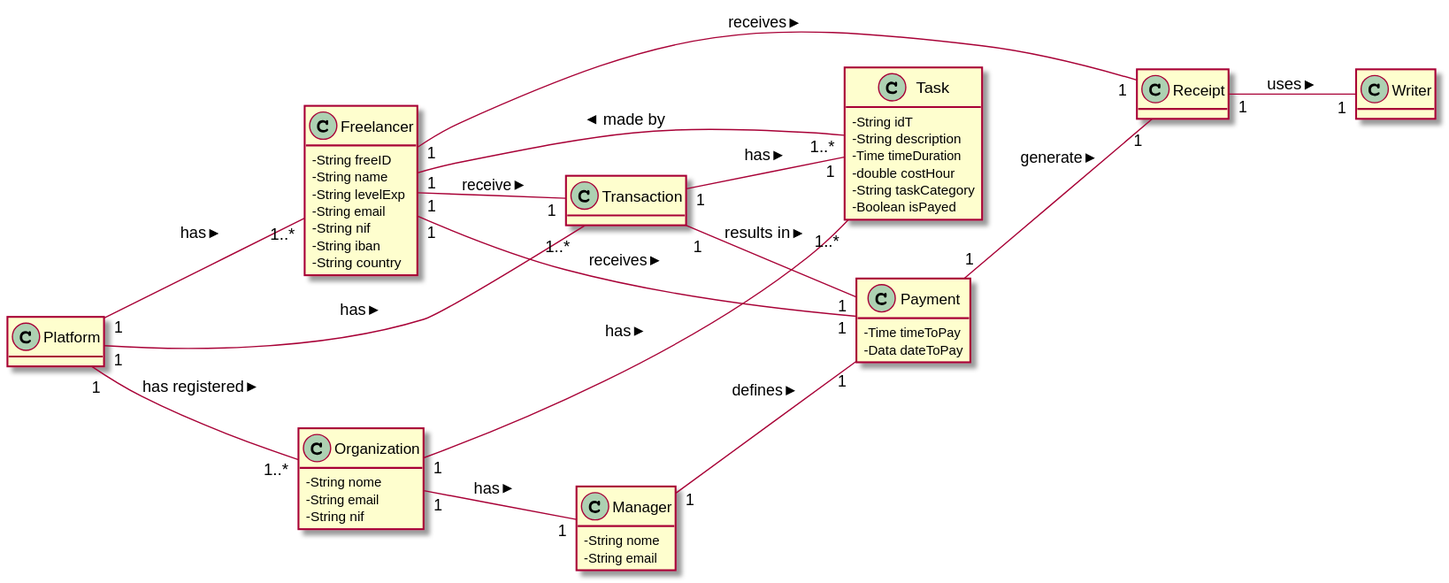
1190452/LAPR2 keeps this PlantUML diagram as docs/UC7 - Do Payment Automatically/UC7_MD.svg. Above is the earlier version.
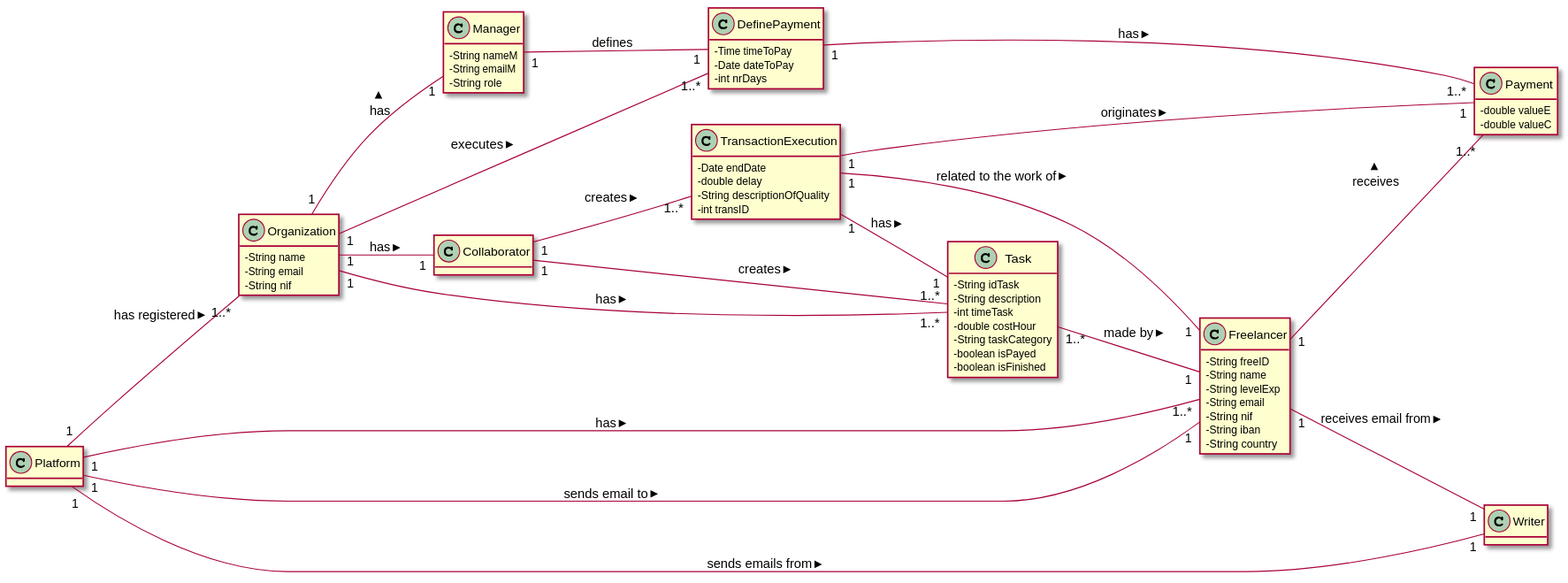
The same diagram one commit later.

The edit, as a diff of the source:
```diff
@@ -16,67 +16,87 @@
 }
 
 class Organization {
-  -String nome
+  -String name
   -String email
   -String nif
 }
 
-
 class Task {
-  -String idT
+  -String idTask
   -String description
-  -Time timeDuration
+  -int timeTask
   -double costHour
   -String taskCategory
-  -Boolean isPayed
-}
-
-class Receipt {
-
-}
-
-class Transaction {
-
+  -boolean isPayed
+  -boolean isFinished
 }
 
 class Manager {
-  -String nome
-  -String email
+  -String nameM
+  -String emailM
+  -String role
 }
 
+class TransactionExecution {
+  -Date endDate
+  -double delay
+  -String descriptionOfQuality
+  -int transID
+}
 
 class Payment{
-  -Time timeToPay
-  -Data dateToPay
+  -double valueE
+  -double valueC
 }
 
+class DefinePayment{
+  -Time timeToPay
+  -Date dateToPay
+  -int nrDays
+  }
+
+
 class Writer{
-}
+  }
+
+Freelancer "1" -- "1..*" Payment: receives >
+Freelancer "1" -- "1" Writer: receives email from >
+
+Task "1..*" -- "1" Freelancer: made by >
+
+
+Platform "1" -- "1..*" Organization: has registered >
+Platform "1" -- "1..*" Freelancer: has >
+Platform "1" -- "1" Freelancer: sends email to >
+
+Platform "1" -- "1" Writer : sends emails from >
+
+
+Organization "1" -- "1" Manager: has >
+Organization "1" -- "1" Collaborator: has >
+Organization "1" -- "1..*" Task: has >
+Organization "1" -- "1..*" DefinePayment: executes >
+
+
+Manager "1" -- "1" DefinePayment: defines
+
+TransactionExecution "1" -- "1" Task : has >
+TransactionExecution "1" -- "1" Freelancer: related to the work of >
+TransactionExecution "1" -- "1" Payment : originates >
+
+DefinePayment "1" -- "1..*" Payment: has >
+
+Collaborator "1" -- "1..*" Task: creates >
+Collaborator "1" -- "1..*" TransactionExecution: creates >
 
 
 
 
-Freelancer "1" -- "1" Transaction: receive >
-Freelancer "1" -- "1" Receipt: receives >
-Freelancer "1" -- "1" Payment: receives >
 
-Task "1..*" -- "1" Freelancer: made by >
 
-Platform "1" -- "1..*" Transaction: has >
-Platform "1" -- "1..*" Organization: has registered >
-Platform "1" -- "1..*" Freelancer: has >
 
-Organization "1" -- "1..*" Task: has >
-Organization "1" -- "1" Manager: has >
 
-Manager "1" -- "1" Payment: defines >
 
-Transaction "1" -- "1" Payment: results in >
-Transaction "1" -- "1" Task: has >
-
-Payment "1" -- "1" Receipt: generate >
-
-Receipt "1" -- "1" Writer : uses >
 
 
 @enduml
```
